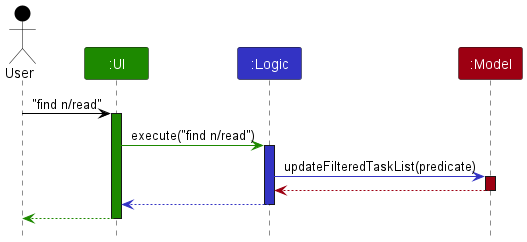
Above: docs/images/FindSequenceDiagram.png in nus-cs2103-AY2223S2/tp (PlantUML), before the change. Its diagram source:
```plantuml
@startuml
!include style.puml

Actor User as user USER_COLOR
Participant ":UI" as ui UI_COLOR
Participant ":Logic" as logic LOGIC_COLOR
Participant ":Model" as model MODEL_COLOR

user -[USER_COLOR]> ui : "find n/read"
activate ui UI_COLOR

ui -[UI_COLOR]> logic : execute("find n/read")
activate logic LOGIC_COLOR

logic -[LOGIC_COLOR]> model : updateFilteredTaskList(predicate)
activate model MODEL_COLOR

model -[MODEL_COLOR]-> logic
deactivate model

logic --[LOGIC_COLOR]> ui
deactivate logic

ui--[UI_COLOR]> user
deactivate ui
@enduml
```
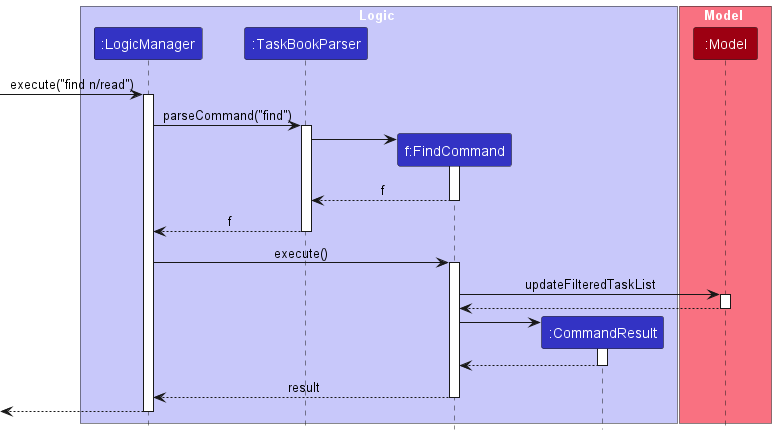
The same diagram one commit later.

What changed in the source:
```diff
@@ -1,26 +1,53 @@
 @startuml
 !include style.puml
 
-Actor User as user USER_COLOR
-Participant ":UI" as ui UI_COLOR
-Participant ":Logic" as logic LOGIC_COLOR
-Participant ":Model" as model MODEL_COLOR
+box Logic LOGIC_COLOR_T1
+participant ":LogicManager" as LogicManager LOGIC_COLOR
+participant ":TaskBookParser" as TaskBookParser LOGIC_COLOR
+participant "f:FindCommand" as FindCommand LOGIC_COLOR
+participant ":CommandResult" as CommandResult LOGIC_COLOR
+end box
 
-user -[USER_COLOR]> ui : "find n/read"
-activate ui UI_COLOR
+box Model MODEL_COLOR_T1
+participant ":Model" as Model MODEL_COLOR
+end box
 
-ui -[UI_COLOR]> logic : execute("find n/read")
-activate logic LOGIC_COLOR
 
-logic -[LOGIC_COLOR]> model : updateFilteredTaskList(predicate)
-activate model MODEL_COLOR
+[-> LogicManager : execute("find n/read")
+activate LogicManager
 
-model -[MODEL_COLOR]-> logic
-deactivate model
+LogicManager -> TaskBookParser : parseCommand("find")
+activate TaskBookParser
 
-logic --[LOGIC_COLOR]> ui
-deactivate logic
+create FindCommand
+TaskBookParser -> FindCommand
+activate FindCommand
 
-ui--[UI_COLOR]> user
-deactivate ui
+FindCommand --> TaskBookParser : f
+deactivate FindCommand
+
+TaskBookParser --> LogicManager : f
+deactivate TaskBookParser
+
+LogicManager -> FindCommand : execute()
+activate FindCommand
+
+FindCommand -> Model : updateFilteredTaskList
+activate Model
+
+Model --> FindCommand
+deactivate Model
+
+create CommandResult
+FindCommand -> CommandResult
+activate CommandResult
+
+CommandResult --> FindCommand
+deactivate CommandResult
+
+FindCommand --> LogicManager : result
+deactivate FindCommand
+
+[<--LogicManager
+deactivate LogicManager
 @enduml
```
